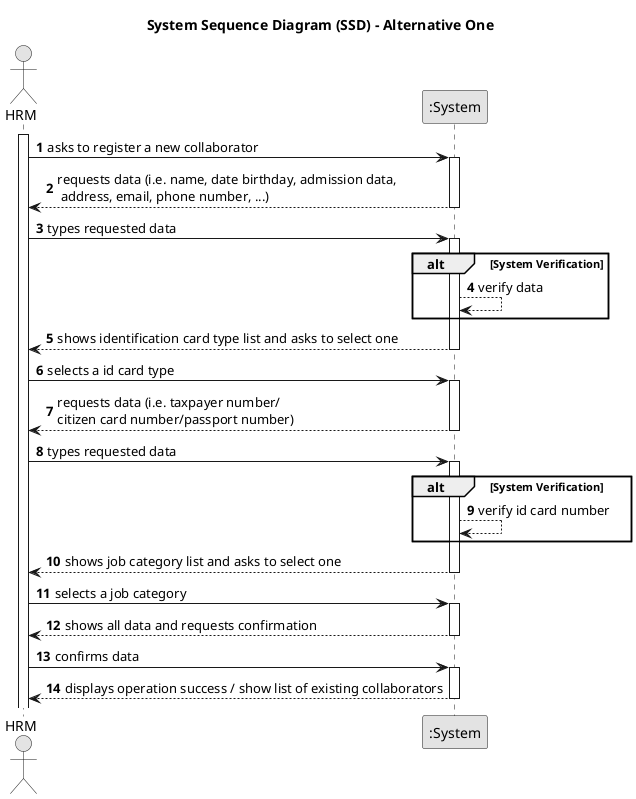
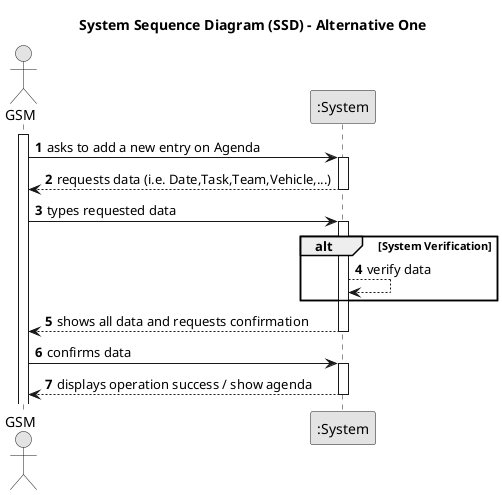
@startuml
skinparam monochrome true
skinparam packageStyle rectangle
skinparam shadowing false

title System Sequence Diagram (SSD) - Alternative One

autonumber

- actor "HRM" as Manager
+ actor "GSM" as Manager
participant ":System" as System

activate Manager

-     Manager -> System : asks to register a new collaborator
+     Manager -> System : asks to add a new entry on Agenda
    activate System

-         System --> Manager : requests data (i.e. name, date birthday, admission data,\n address, email, phone number, ...)
+         System --> Manager : requests data (i.e. Date,Task,Team,Vehicle,...)
    deactivate System

   Manager  -> System : types requested data
    activate System

    alt System Verification
    System --> System  : verify data
    end

-     System --> Manager  : shows identification card type list and asks to select one
-         deactivate System
- 
-         Manager  -> System : selects a id card type
-         activate System
- 
-      System --> Manager : requests data (i.e. taxpayer number/\ncitizen card number/passport number)
-         deactivate System
- 
-        Manager  -> System : types requested data
-         activate System
- 
-          alt System Verification
-             System --> System  : verify id card number
-             end
- 
-         System --> Manager  : shows job category list and asks to select one
-     deactivate System
- 
-     Manager  -> System : selects a job category
-     activate System
- 
        System --> Manager  : shows all data and requests confirmation
    deactivate System

    Manager  -> System : confirms data
    activate System

-         System --> Manager : displays operation success / show list of existing collaborators
+         System --> Manager : displays operation success / show agenda
    deactivate System

@enduml